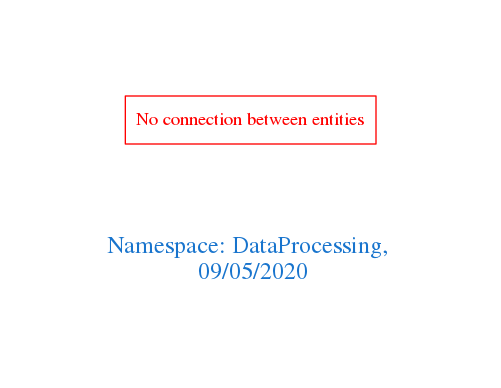
arago/OGIT keeps this Graphviz diagram as downloads/DataProcessing.png. Above is the earlier version. Its source is kept beside it as downloads/DataProcessing.dot.
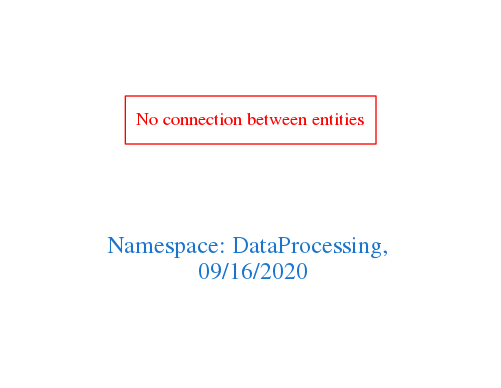
After the change.

The edit, as a diff of the source:
```diff
@@ -1,7 +1,7 @@
 digraph OGIT_ontology {
  graph [ rankdir= LR,pad=1
 fontsize = 18,
-fontcolor= dodgerblue3,label = "\n\n\nNamespace: DataProcessing, \n 09/05/2020"];
+fontcolor= dodgerblue3,label = "\n\n\nNamespace: DataProcessing, \n 09/16/2020"];
 node[shape=polygon];
 edge [  color="gray81"];
 
```
